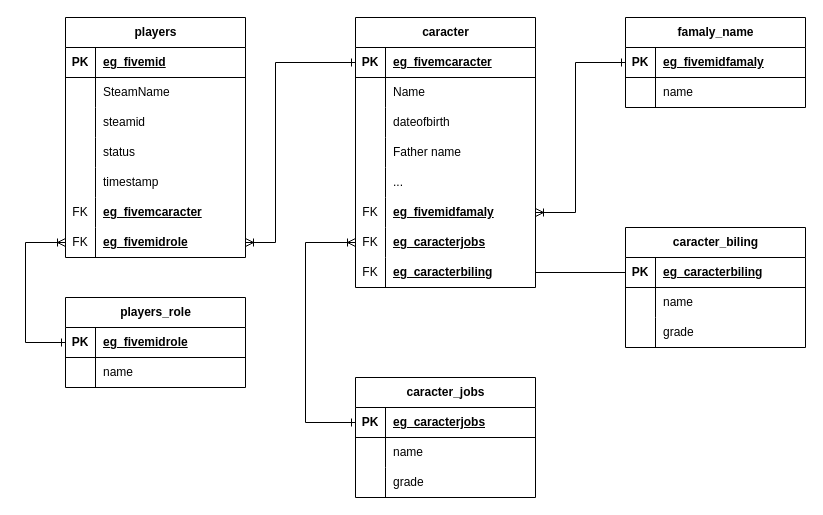
Fevereiro2/Docs keeps this draw.io diagram as EGSolutions/Designs/Diagrams/FivemDatabase.drawio. Above is the earlier version. Source tidied: cells renumbered, new cells numbered last; positions are measured from the earlier drawing's top-left corner, leaving out a move shared by most shapes. Both pictures are drawn from the tidied source at 100%, with x=0, y=0 at pixel (25, 17).
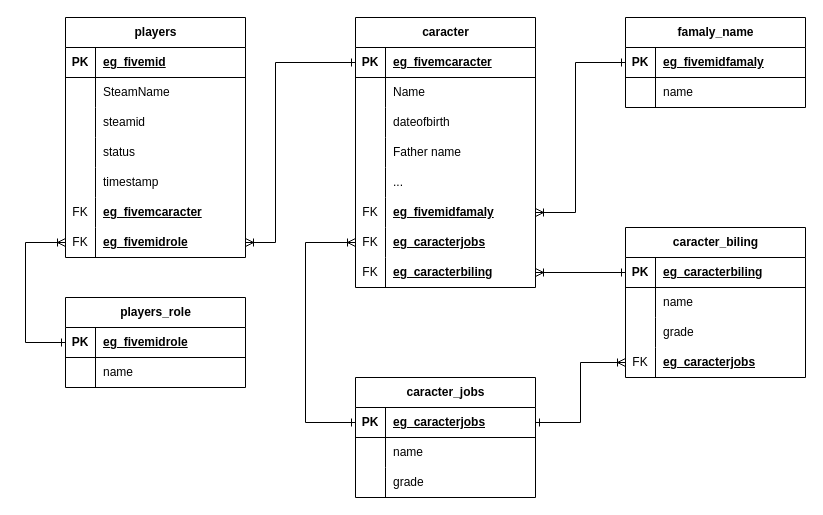
After the change.

Commit message:
make relantioship

Unchanged cells that the change refers to:
```xml
<mxCell id="46" style="shape=tableRow;horizontal=0;startSize=0;swimlaneHead=0;swimlaneBody=0;fillColor=none;points=[[0,0.5],[1,0.5]];portConstraint=eastwest;top=0;left=0;right=0;bottom=0;" parent="24" vertex="1">
  <mxGeometry y="240" width="180" height="30" as="geometry" />
</mxCell>
<mxCell id="67" style="shape=tableRow;horizontal=0;startSize=0;swimlaneHead=0;swimlaneBody=0;fillColor=none;points=[[0,0.5],[1,0.5]];portConstraint=eastwest;top=0;left=0;right=0;bottom=1;" parent="66" vertex="1">
  <mxGeometry y="30" width="180" height="30" as="geometry" />
</mxCell>
<mxCell id="78" style="shape=tableRow;horizontal=0;startSize=0;swimlaneHead=0;swimlaneBody=0;fillColor=none;points=[[0,0.5],[1,0.5]];portConstraint=eastwest;top=0;left=0;right=0;bottom=1;" parent="77" vertex="1">
  <mxGeometry y="30" width="180" height="30" as="geometry" />
</mxCell>
```

Diff of the diagram source:
```diff
@@
     <mxCell id="77" value="caracter_biling" style="shape=table;startSize=30;childLayout=tableLayout;rowLines=0;fontStyle=1;align=center;html=1;" parent="1" vertex="1">
-      <mxGeometry x="600" y="210" width="180" height="120" as="geometry" />
+      <mxGeometry x="600" y="210" width="180" height="150" as="geometry" />
     </mxCell>
@@
+    <mxCell id="88" style="shape=tableRow;horizontal=0;startSize=0;swimlaneHead=0;swimlaneBody=0;fillColor=none;points=[[0,0.5],[1,0.5]];portConstraint=eastwest;top=0;left=0;right=0;bottom=0;" parent="77" vertex="1">
+      <mxGeometry y="120" width="180" height="30" as="geometry" />
+    </mxCell>
+    <mxCell id="89" value="FK" style="shape=partialRectangle;fillColor=none;top=0;left=0;bottom=0;right=0;overflow=hidden;whiteSpace=wrap;html=1;" parent="88" vertex="1">
+      <mxGeometry width="30" height="30" as="geometry" />
+    </mxCell>
+    <mxCell id="90" value="&lt;span style=&quot;font-weight: 700; text-decoration-line: underline;&quot;&gt;eg_caracterjobs&lt;/span&gt;" style="shape=partialRectangle;fillColor=none;top=0;left=0;bottom=0;right=0;align=left;spacingLeft=6;overflow=hidden;whiteSpace=wrap;html=1;" parent="88" vertex="1">
+      <mxGeometry x="30" width="150" height="30" as="geometry" />
+    </mxCell>
-    <mxCell id="87" style="endArrow=none;html=1;rounded=0;entryX=1;entryY=0.5;entryDx=0;entryDy=0;exitX=0;exitY=0.5;exitDx=0;exitDy=0;" parent="1" edge="1" source="78" target="46">
+    <mxCell id="87" style="endArrow=ERoneToMany;html=1;rounded=0;entryX=1;entryY=0.5;entryDx=0;entryDy=0;exitX=0;exitY=0.5;exitDx=0;exitDy=0;startArrow=ERone;startFill=0;endFill=0;" parent="1" edge="1" source="78" target="46">
       <mxGeometry relative="1" as="geometry" />
     </mxCell>
+    <mxCell id="91" style="edgeStyle=orthogonalEdgeStyle;rounded=0;jettySize=auto;html=1;exitX=1;exitY=0.5;exitDx=0;exitDy=0;entryX=0;entryY=0.5;entryDx=0;entryDy=0;endArrow=ERoneToMany;endFill=0;startArrow=ERone;startFill=0;" parent="1" edge="1" source="67" target="88">
+      <mxGeometry relative="1" as="geometry" />
+    </mxCell>
```
